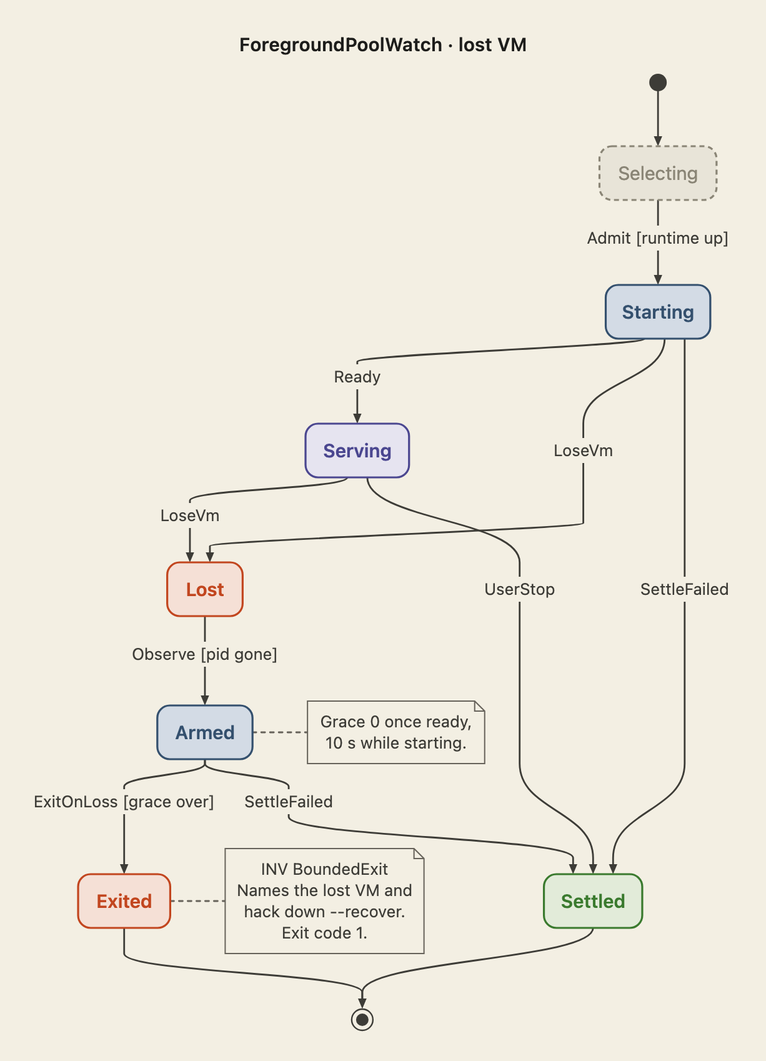
Earlier version of the Mermaid export docs/diagrams/foreground-pool-watch.png (hack-dance/hack). Its source is kept beside it as docs/diagrams/foreground-pool-watch.mmd. Its diagram source:
```mermaid
---
title: ForegroundPoolWatch · lost VM
---
stateDiagram-v2
  direction TB
  [*] --> Selecting
  Selecting --> Starting : Admit [runtime up]
  Starting --> Serving : Ready
  Starting --> Lost : LoseVm
  Serving --> Lost : LoseVm
  Lost --> Armed : Observe [pid gone]
  Armed --> Exited : ExitOnLoss [grace over]
  Starting --> Settled : SettleFailed
  Serving --> Settled : UserStop
  Armed --> Settled : SettleFailed
  Exited --> [*]
  Settled --> [*]

  note right of Armed
    Grace 0 once ready,
    10 s while starting.
  end note
  note right of Exited
    INV BoundedExit
    Names the lost VM and
    hack down --recover.
    Exit code 1.
  end note

  classDef live stroke-width:1.6px
  classDef wait stroke-width:1.6px
  classDef ok stroke-width:1.6px
  classDef fail stroke-width:1.6px
  classDef idle stroke-width:1.6px
  class Selecting idle
  class Starting,Armed wait
  class Serving live
  class Lost,Exited fail
  class Settled ok
```
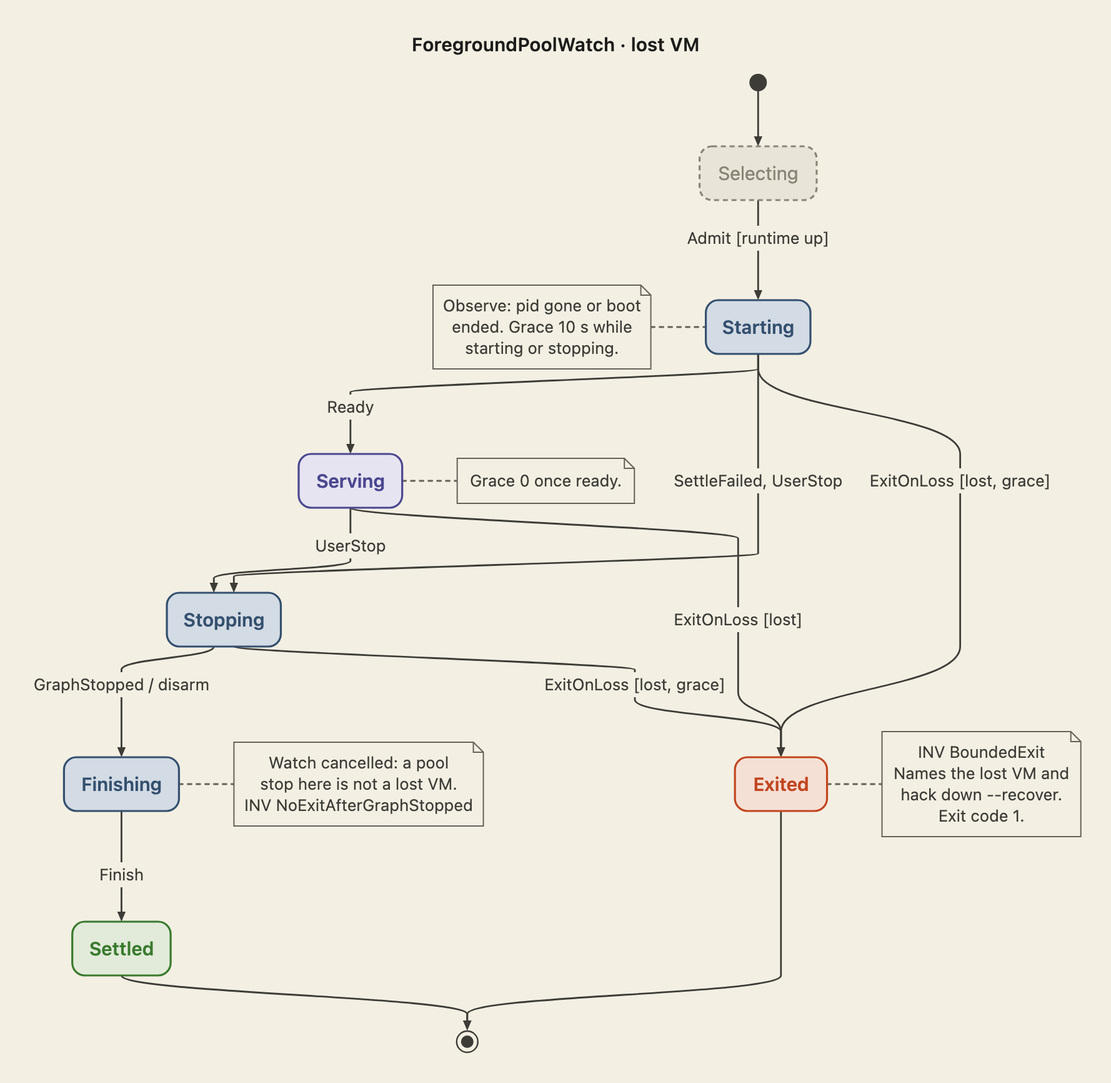
The same diagram one commit later.

Diff of the diagram source:
```diff
@@ -6,19 +6,28 @@
   [*] --> Selecting
   Selecting --> Starting : Admit [runtime up]
   Starting --> Serving : Ready
-  Starting --> Lost : LoseVm
-  Serving --> Lost : LoseVm
-  Lost --> Armed : Observe [pid gone]
-  Armed --> Exited : ExitOnLoss [grace over]
-  Starting --> Settled : SettleFailed
-  Serving --> Settled : UserStop
-  Armed --> Settled : SettleFailed
+  Starting --> Stopping : SettleFailed, UserStop
+  Serving --> Stopping : UserStop
+  Stopping --> Finishing : GraphStopped / disarm
+  Finishing --> Settled : Finish
+  Starting --> Exited : ExitOnLoss [lost, grace]
+  Serving --> Exited : ExitOnLoss [lost]
+  Stopping --> Exited : ExitOnLoss [lost, grace]
   Exited --> [*]
   Settled --> [*]
 
-  note right of Armed
-    Grace 0 once ready,
-    10 s while starting.
+  note left of Starting
+    Observe: pid gone or boot
+    ended. Grace 10 s while
+    starting or stopping.
+  end note
+  note right of Serving
+    Grace 0 once ready.
+  end note
+  note right of Finishing
+    Watch cancelled: a pool
+    stop here is not a lost VM.
+    INV NoExitAfterGraphStopped
   end note
   note right of Exited
     INV BoundedExit
@@ -33,7 +42,7 @@
   classDef fail stroke-width:1.6px
   classDef idle stroke-width:1.6px
   class Selecting idle
-  class Starting,Armed wait
+  class Starting,Stopping,Finishing wait
   class Serving live
-  class Lost,Exited fail
+  class Exited fail
   class Settled ok
```
